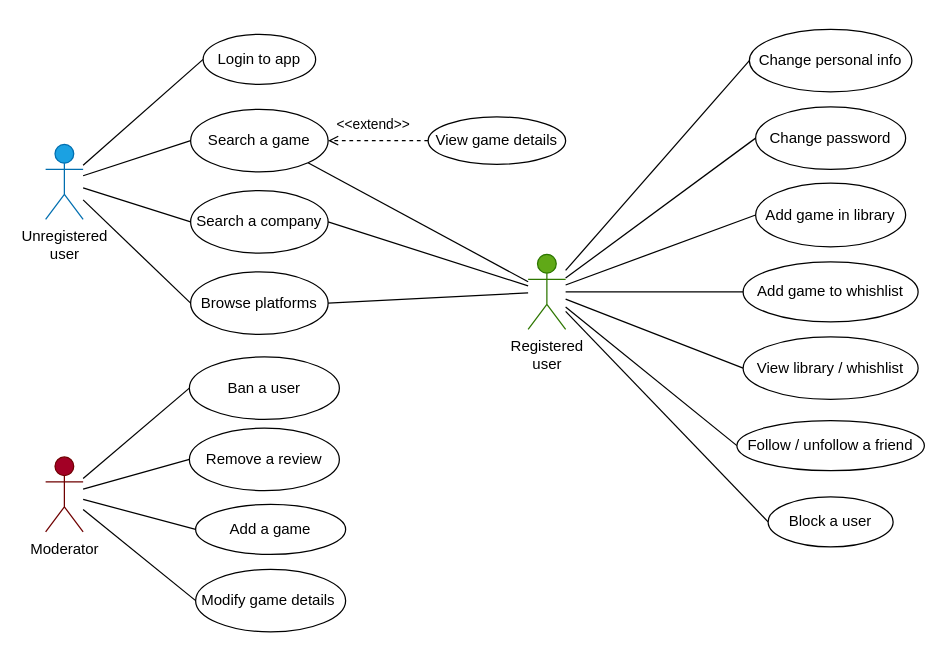
Before: UML diagrams/UML use case diagram.drawio in lorenzoceccanti/pixelindex, a draw.io diagram. Source tidied: cells renumbered, new cells numbered last; positions are measured from the earlier drawing's top-left corner, leaving out a move shared by most shapes. Both pictures are drawn from the tidied source at 125%, with x=0, y=0 at pixel (45, 29).
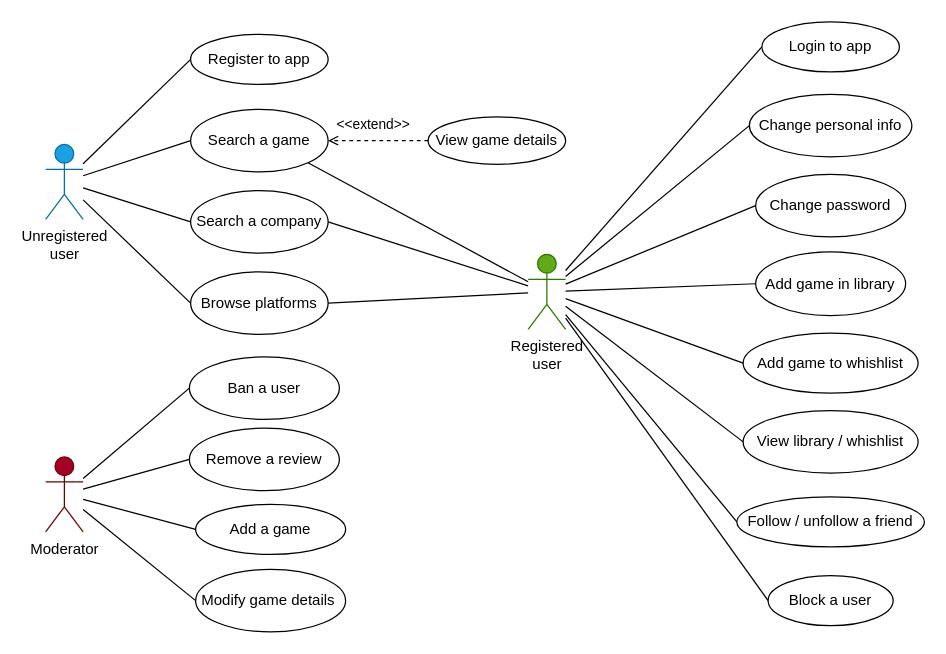
Above is the later version.

The change refers to these unchanged cells:
```xml
<mxCell id="2" value="&lt;font color=&quot;#000000&quot;&gt;Registered&lt;br&gt;user&lt;/font&gt;" style="shape=umlActor;verticalLabelPosition=bottom;verticalAlign=top;html=1;outlineConnect=0;fillColor=#60a917;fontColor=#ffffff;strokeColor=#2D7600;" parent="1" vertex="1">
  <mxGeometry x="386" y="180" width="30" height="60" as="geometry" />
</mxCell>
```

Diff of the diagram source:
```diff
@@
-    <mxCell id="6" value="Login to app" style="ellipse;whiteSpace=wrap;html=1;" parent="1" vertex="1">
-      <mxGeometry x="126" y="4" width="90" height="40" as="geometry" />
+    <mxCell id="6" value="Register to app" style="ellipse;whiteSpace=wrap;html=1;" parent="1" vertex="1">
+      <mxGeometry x="116" y="4" width="110" height="40" as="geometry" />
     </mxCell>
@@
     <mxCell id="20" value="Change personal info" style="ellipse;whiteSpace=wrap;html=1;" parent="1" vertex="1">
-      <mxGeometry x="563" width="130" height="50" as="geometry" />
+      <mxGeometry x="563" y="52" width="130" height="50" as="geometry" />
     </mxCell>
@@
     <mxCell id="22" value="Change password" style="ellipse;whiteSpace=wrap;html=1;" parent="1" vertex="1">
-      <mxGeometry x="568" y="62" width="120" height="50" as="geometry" />
+      <mxGeometry x="568" y="116" width="120" height="50" as="geometry" />
     </mxCell>
@@
     <mxCell id="27" value="Add game in library" style="ellipse;whiteSpace=wrap;html=1;" parent="1" vertex="1">
-      <mxGeometry x="568" y="123" width="120" height="51" as="geometry" />
+      <mxGeometry x="568" y="178" width="120" height="51" as="geometry" />
     </mxCell>
     <mxCell id="28" value="Add game to whishlist" style="ellipse;whiteSpace=wrap;html=1;" parent="1" vertex="1">
-      <mxGeometry x="558" y="186" width="140" height="48" as="geometry" />
+      <mxGeometry x="558" y="243" width="140" height="48" as="geometry" />
     </mxCell>
@@
     <mxCell id="31" value="View library / whishlist" style="ellipse;whiteSpace=wrap;html=1;" parent="1" vertex="1">
-      <mxGeometry x="558" y="246" width="140" height="50" as="geometry" />
+      <mxGeometry x="558" y="305" width="140" height="50" as="geometry" />
     </mxCell>
@@
     <mxCell id="33" value="Follow / unfollow a friend" style="ellipse;whiteSpace=wrap;html=1;" parent="1" vertex="1">
-      <mxGeometry x="553" y="313" width="150" height="40" as="geometry" />
+      <mxGeometry x="553" y="374" width="150" height="40" as="geometry" />
     </mxCell>
@@
     <mxCell id="35" value="Block a user" style="ellipse;whiteSpace=wrap;html=1;" parent="1" vertex="1">
-      <mxGeometry x="578" y="374" width="100" height="40" as="geometry" />
+      <mxGeometry x="578" y="437" width="100" height="40" as="geometry" />
     </mxCell>
@@
+    <mxCell id="40" style="edgeStyle=none;html=1;exitX=0;exitY=0.5;exitDx=0;exitDy=0;fontColor=#000000;endArrow=none;endFill=0;" parent="1" edge="1" source="41" target="2">
+      <mxGeometry relative="1" as="geometry" />
+    </mxCell>
+    <mxCell id="41" value="Login to app" style="ellipse;whiteSpace=wrap;html=1;" parent="1" vertex="1">
+      <mxGeometry x="573" y="-6" width="110" height="40" as="geometry" />
+    </mxCell>
```
